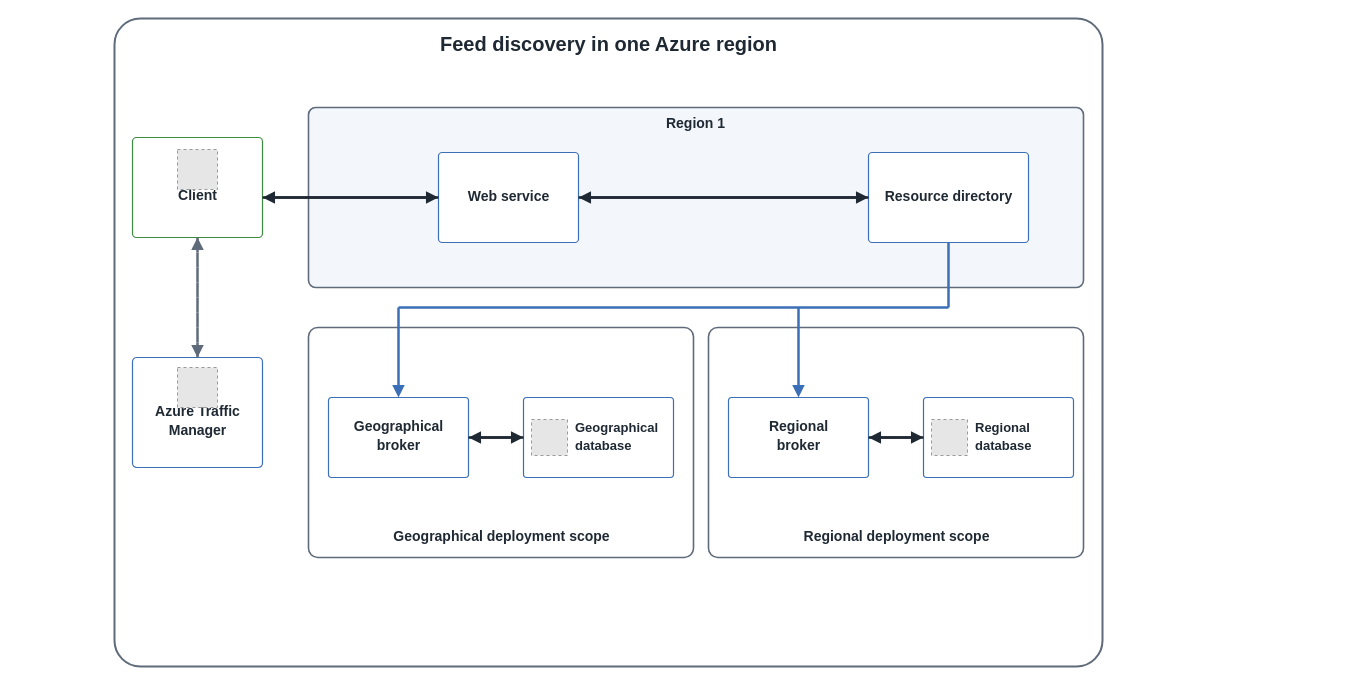
Before: src/img/avd/AVD-Post-02-Feed-Discovery-v3.drawio in AddySidd27/cloud-ai-notes, a draw.io diagram. Source tidied: cells renumbered, new cells numbered last; positions are measured from the earlier drawing's top-left corner, leaving out a move shared by most shapes. Both pictures are drawn from the tidied source at 100%, with x=0, y=0 at pixel (17, 18). Pictures stored in the file or linked from it are replaced by grey dashed boxes.
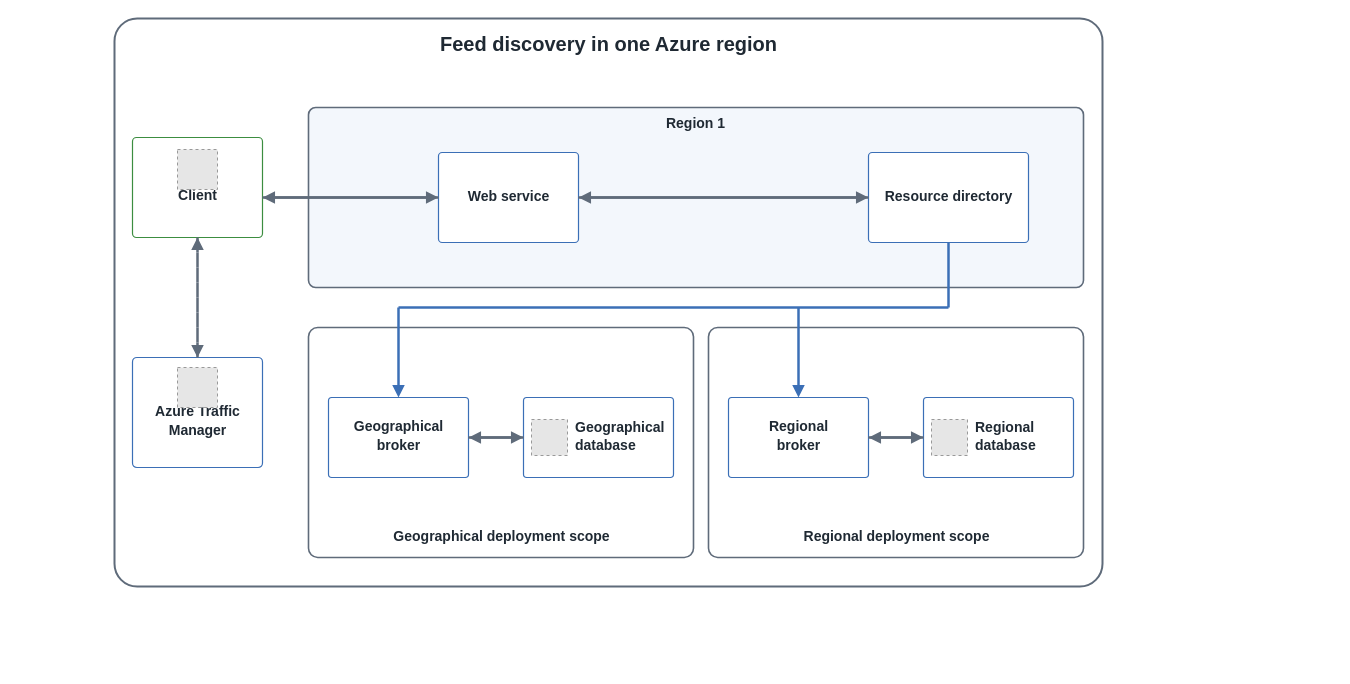
Above is the later version.

Diff of the diagram source:
```diff
@@
     <mxCell id="2" style="rounded=1;arcSize=4;whiteSpace=wrap;html=1;fillColor=#ffffff;strokeColor=#5f6b7a;strokeWidth=2;" parent="1" vertex="1">
-      <mxGeometry x="97" width="988" height="648" as="geometry" />
+      <mxGeometry x="97" width="988" height="568" as="geometry" />
     </mxCell>
@@
-    <mxCell id="21" style="endArrow=block;html=1;strokeWidth=2.5;strokeColor=#1f2933;" parent="1" edge="1">
+    <mxCell id="21" style="endArrow=block;html=1;strokeWidth=2.5;strokeColor=#5f6b7a;" parent="1" edge="1">
       <mxGeometry relative="1" as="geometry">
         <mxPoint x="245" y="179" as="sourcePoint" />
         <mxPoint x="421" y="179" as="targetPoint" />
       </mxGeometry>
     </mxCell>
-    <mxCell id="22" style="endArrow=block;html=1;strokeWidth=2.5;strokeColor=#1f2933;" parent="1" edge="1">
+    <mxCell id="22" style="endArrow=block;html=1;strokeWidth=2.5;strokeColor=#5f6b7a;" parent="1" edge="1">
       <mxGeometry relative="1" as="geometry">
         <mxPoint x="421" y="179" as="sourcePoint" />
         <mxPoint x="245" y="179" as="targetPoint" />
       </mxGeometry>
     </mxCell>
-    <mxCell id="23" style="endArrow=block;html=1;strokeWidth=2.5;strokeColor=#1f2933;" parent="1" edge="1">
+    <mxCell id="23" style="endArrow=block;html=1;strokeWidth=2.5;strokeColor=#5f6b7a;" parent="1" edge="1">
       <mxGeometry relative="1" as="geometry">
         <mxPoint x="561" y="179" as="sourcePoint" />
         <mxPoint x="851" y="179" as="targetPoint" />
       </mxGeometry>
     </mxCell>
-    <mxCell id="24" style="endArrow=block;html=1;strokeWidth=2.5;strokeColor=#1f2933;" parent="1" edge="1">
+    <mxCell id="24" style="endArrow=block;html=1;strokeWidth=2.5;strokeColor=#5f6b7a;" parent="1" edge="1">
       <mxGeometry relative="1" as="geometry">
         <mxPoint x="851" y="179" as="sourcePoint" />
         <mxPoint x="561" y="179" as="targetPoint" />
       </mxGeometry>
     </mxCell>
@@
-    <mxCell id="32" value="Geographical" style="text;html=1;align=left;verticalAlign=middle;fontSize=13;fontColor=#1f2933;fontStyle=1;" parent="1" vertex="1">
+    <mxCell id="32" value="Geographical" style="text;html=1;align=left;verticalAlign=middle;fontSize=14;fontColor=#1f2933;fontStyle=1;" parent="1" vertex="1">
       <mxGeometry x="556" y="399" width="360" height="19" as="geometry" />
     </mxCell>
-    <mxCell id="33" value="database" style="text;html=1;align=left;verticalAlign=middle;fontSize=13;fontColor=#1f2933;fontStyle=1;" parent="1" vertex="1">
+    <mxCell id="33" value="database" style="text;html=1;align=left;verticalAlign=middle;fontSize=14;fontColor=#1f2933;fontStyle=1;" parent="1" vertex="1">
       <mxGeometry x="556" y="417" width="360" height="19" as="geometry" />
     </mxCell>
-    <mxCell id="34" style="endArrow=block;html=1;strokeWidth=2.5;strokeColor=#1f2933;" parent="1" edge="1">
+    <mxCell id="34" style="endArrow=block;html=1;strokeWidth=2.5;strokeColor=#5f6b7a;" parent="1" edge="1">
       <mxGeometry relative="1" as="geometry">
         <mxPoint x="451" y="419" as="sourcePoint" />
         <mxPoint x="506" y="419" as="targetPoint" />
       </mxGeometry>
     </mxCell>
-    <mxCell id="35" style="endArrow=block;html=1;strokeWidth=2.5;strokeColor=#1f2933;" parent="1" edge="1">
+    <mxCell id="35" style="endArrow=block;html=1;strokeWidth=2.5;strokeColor=#5f6b7a;" parent="1" edge="1">
       <mxGeometry relative="1" as="geometry">
         <mxPoint x="506" y="419" as="sourcePoint" />
         <mxPoint x="451" y="419" as="targetPoint" />
       </mxGeometry>
     </mxCell>
@@
-    <mxCell id="43" value="Regional" style="text;html=1;align=left;verticalAlign=middle;fontSize=13;fontColor=#1f2933;fontStyle=1;" parent="1" vertex="1">
+    <mxCell id="43" value="Regional" style="text;html=1;align=left;verticalAlign=middle;fontSize=14;fontColor=#1f2933;fontStyle=1;" parent="1" vertex="1">
       <mxGeometry x="956" y="399" width="360" height="19" as="geometry" />
     </mxCell>
-    <mxCell id="44" value="database" style="text;html=1;align=left;verticalAlign=middle;fontSize=13;fontColor=#1f2933;fontStyle=1;" parent="1" vertex="1">
+    <mxCell id="44" value="database" style="text;html=1;align=left;verticalAlign=middle;fontSize=14;fontColor=#1f2933;fontStyle=1;" parent="1" vertex="1">
       <mxGeometry x="956" y="417" width="360" height="19" as="geometry" />
     </mxCell>
-    <mxCell id="45" style="endArrow=block;html=1;strokeWidth=2.5;strokeColor=#1f2933;" parent="1" edge="1">
+    <mxCell id="45" style="endArrow=block;html=1;strokeWidth=2.5;strokeColor=#5f6b7a;" parent="1" edge="1">
       <mxGeometry relative="1" as="geometry">
         <mxPoint x="851" y="419" as="sourcePoint" />
         <mxPoint x="906" y="419" as="targetPoint" />
       </mxGeometry>
     </mxCell>
-    <mxCell id="46" style="endArrow=block;html=1;strokeWidth=2.5;strokeColor=#1f2933;" parent="1" edge="1">
+    <mxCell id="46" style="endArrow=block;html=1;strokeWidth=2.5;strokeColor=#5f6b7a;" parent="1" edge="1">
       <mxGeometry relative="1" as="geometry">
         <mxPoint x="906" y="419" as="sourcePoint" />
         <mxPoint x="851" y="419" as="targetPoint" />
       </mxGeometry>
     </mxCell>
```
